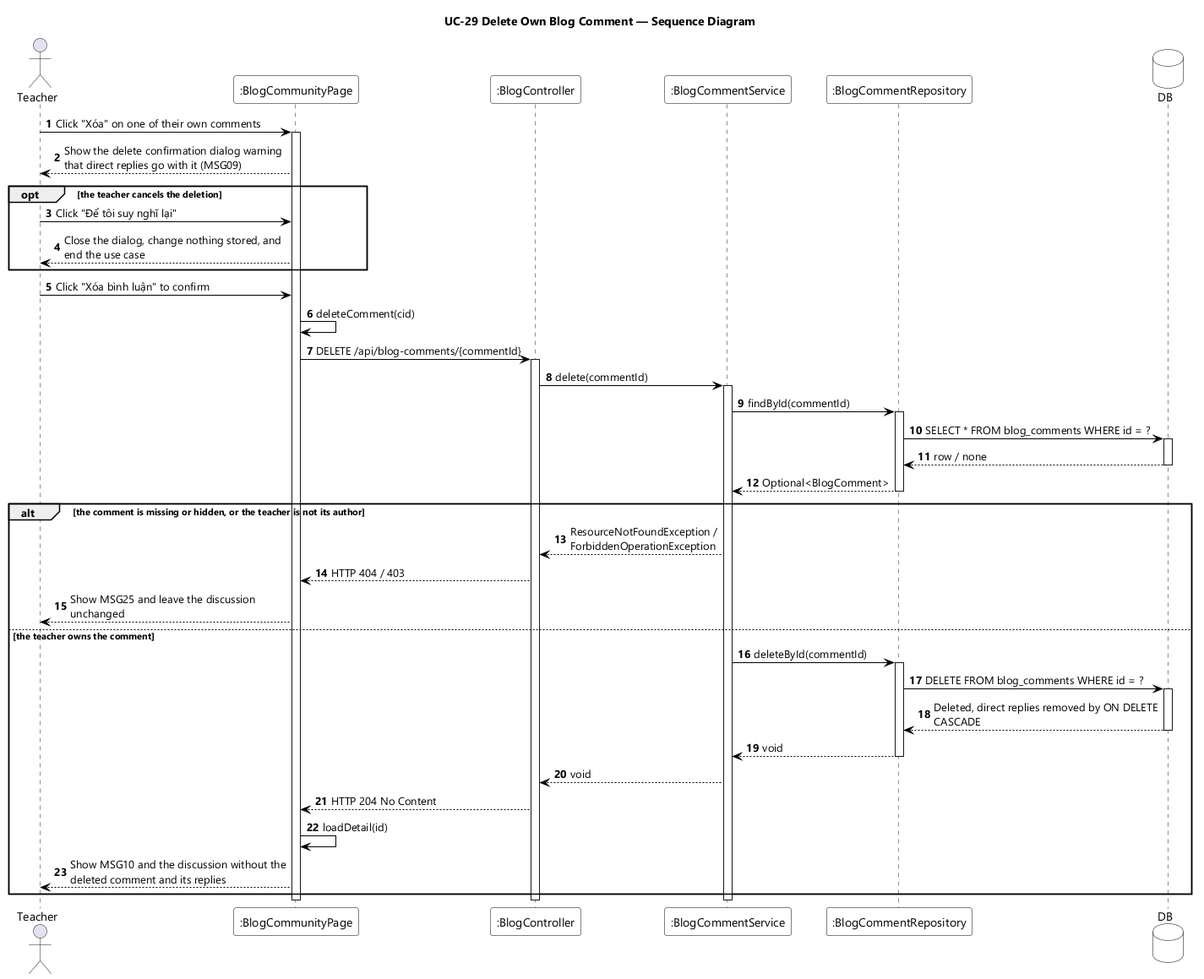
EduA-system/EduA-system keeps this PlantUML diagram as designs/sds-diagrams/uc29/uc29-sequence-diagram.png. Above is the earlier version.
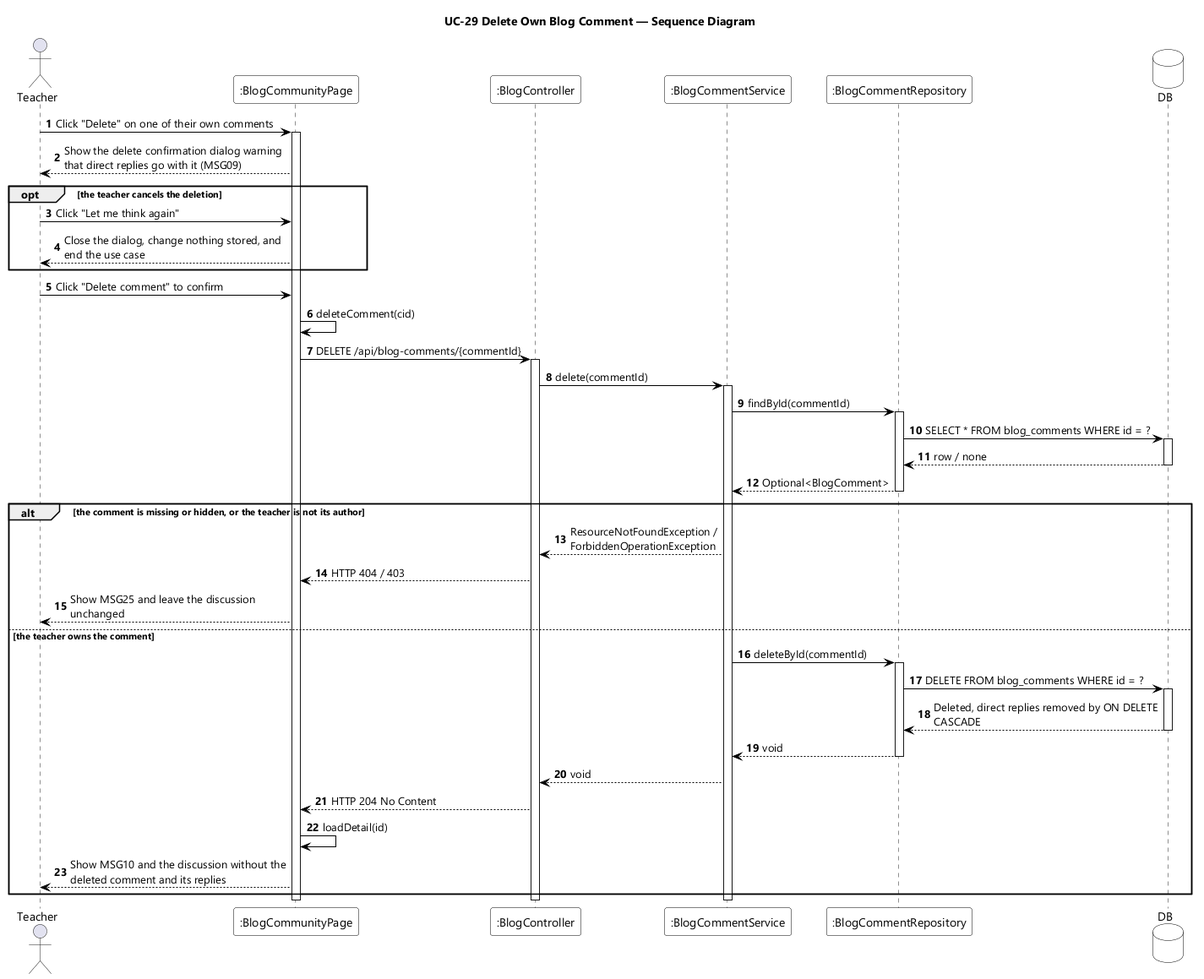
Later version of the same file.

The edit, as a diff of the source:
```diff
@@ -19,16 +19,16 @@
 database DB
 
 autonumber
-Teacher -> UI : Click "Xóa" on one of their own comments
+Teacher -> UI : Click "Delete" on one of their own comments
 activate UI
 UI --> Teacher : Show the delete confirmation dialog warning that direct replies go with it (MSG09)
 
 opt the teacher cancels the deletion
-  Teacher -> UI : Click "Để tôi suy nghĩ lại"
+  Teacher -> UI : Click "Let me think again"
   UI --> Teacher : Close the dialog, change nothing stored, and end the use case
 end
 
-Teacher -> UI : Click "Xóa bình luận" to confirm
+Teacher -> UI : Click "Delete comment" to confirm
 UI -> UI : deleteComment(cid)
 UI -> CTL : DELETE /api/blog-comments/{commentId}
 activate CTL
```
